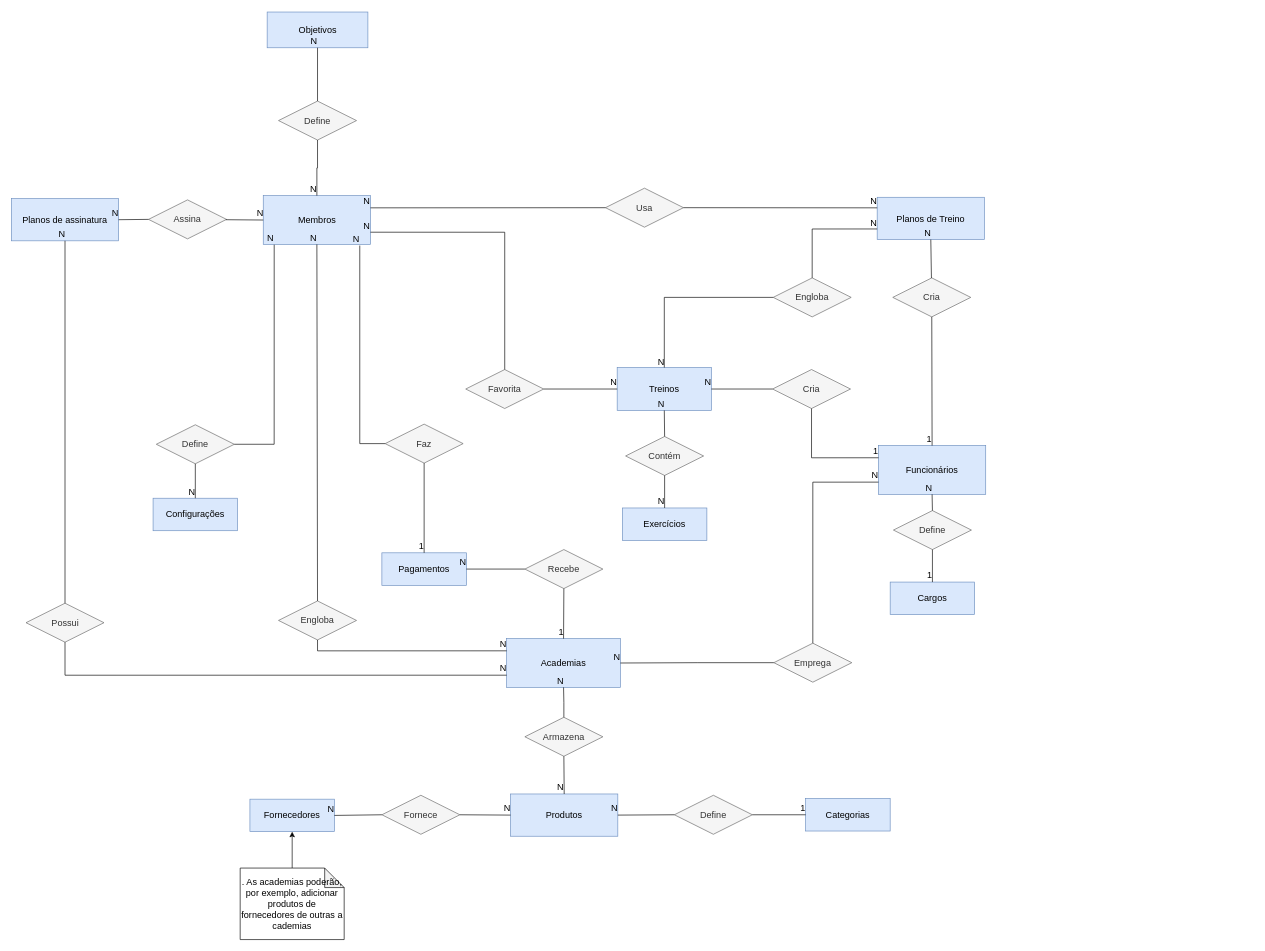
This is DER/der-draw-io.drawio from trainya-app/diagrams, a draw.io file, before an edit. Source tidied: cells renumbered, new cells numbered last; positions are measured from the earlier drawing's top-left corner, leaving out a move shared by most shapes. Both pictures are drawn from the tidied source at 65%, with x=0, y=0 at pixel (11, 12).
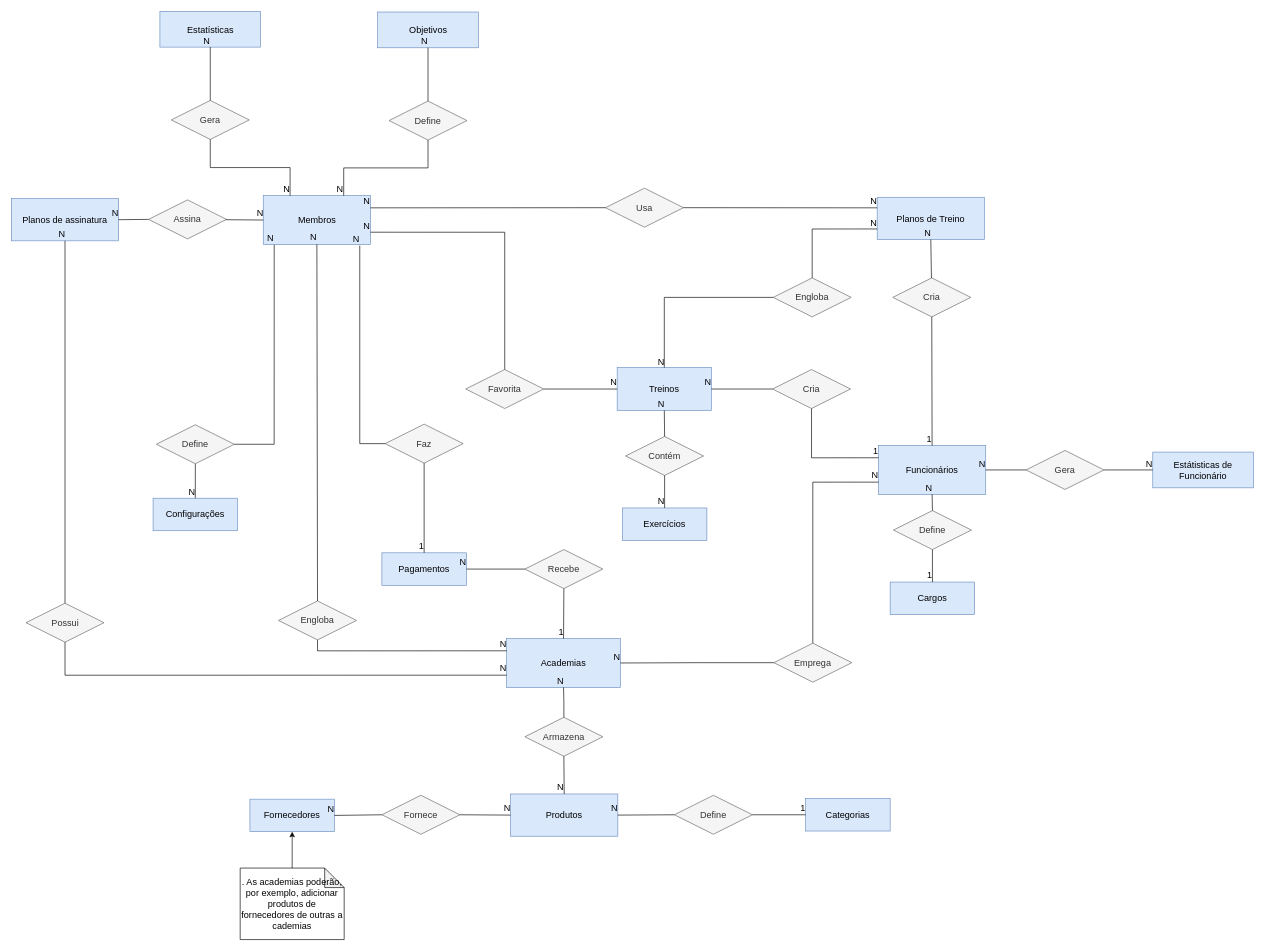
The same page after the edit.

Unchanged cells that the change refers to:
```xml
<mxCell id="2" value="Membros" style="whiteSpace=wrap;html=1;align=center;fillColor=#dae8fc;strokeColor=#6c8ebf;fontSize=14;" parent="1" vertex="1">
  <mxGeometry x="387.5" y="282.5" width="165" height="75" as="geometry" />
</mxCell>
<mxCell id="4" value="Funcionários" style="whiteSpace=wrap;html=1;align=center;fillColor=#dae8fc;strokeColor=#6c8ebf;fontSize=14;" parent="1" vertex="1">
  <mxGeometry x="1334" y="667" width="165" height="75" as="geometry" />
</mxCell>
```

The edit, as a diff of the source:
```diff
@@
     <mxCell id="100" value="Objetivos" style="whiteSpace=wrap;html=1;align=center;fillColor=#dae8fc;strokeColor=#6c8ebf;fontSize=14;" parent="1" vertex="1">
-      <mxGeometry x="393.5" width="155" height="55" as="geometry" />
+      <mxGeometry x="563.5" width="155" height="55" as="geometry" />
     </mxCell>
     <mxCell id="101" value="Define" style="shape=rhombus;perimeter=rhombusPerimeter;whiteSpace=wrap;html=1;align=center;fillColor=#f5f5f5;strokeColor=#666666;fontColor=#333333;fontSize=14;" parent="1" vertex="1">
-      <mxGeometry x="411" y="137" width="120" height="60" as="geometry" />
+      <mxGeometry x="581" y="137" width="120" height="60" as="geometry" />
     </mxCell>
@@
-    <mxCell id="104" style="endArrow=none;html=1;rounded=0;entryX=0.5;entryY=0;entryDx=0;entryDy=0;fontSize=14;exitX=0.5;exitY=1;exitDx=0;exitDy=0;edgeStyle=orthogonalEdgeStyle;" parent="1" edge="1" source="101" target="2">
+    <mxCell id="104" style="endArrow=none;html=1;rounded=0;fontSize=14;exitX=0.5;exitY=1;exitDx=0;exitDy=0;edgeStyle=orthogonalEdgeStyle;entryX=0.75;entryY=0;entryDx=0;entryDy=0;" parent="1" edge="1" source="101" target="2">
       <mxGeometry relative="1" as="geometry" />
     </mxCell>
@@
+    <mxCell id="108" value="Estatísticas" style="whiteSpace=wrap;html=1;align=center;fillColor=#dae8fc;strokeColor=#6c8ebf;fontSize=14;" parent="1" vertex="1">
+      <mxGeometry x="228.5" y="-1" width="155" height="55" as="geometry" />
+    </mxCell>
+    <mxCell id="109" value="Gera" style="shape=rhombus;perimeter=rhombusPerimeter;whiteSpace=wrap;html=1;align=center;fillColor=#f5f5f5;strokeColor=#666666;fontColor=#333333;fontSize=14;" parent="1" vertex="1">
+      <mxGeometry x="246" y="136" width="120" height="60" as="geometry" />
+    </mxCell>
+    <mxCell id="110" style="endArrow=none;html=1;rounded=0;entryX=0.5;entryY=1;entryDx=0;entryDy=0;fontSize=14;exitX=0.5;exitY=0;exitDx=0;exitDy=0;" parent="1" edge="1" source="109" target="108">
+      <mxGeometry relative="1" as="geometry" />
+    </mxCell>
+    <mxCell id="111" value="N" style="html=1;align=right;verticalAlign=bottom;fontSize=14;" parent="110" vertex="1">
+      <mxGeometry x="1" relative="1" as="geometry" />
+    </mxCell>
+    <mxCell id="112" style="endArrow=none;html=1;rounded=0;fontSize=14;exitX=0.5;exitY=1;exitDx=0;exitDy=0;edgeStyle=orthogonalEdgeStyle;entryX=0.25;entryY=0;entryDx=0;entryDy=0;" parent="1" edge="1" source="109" target="2">
+      <mxGeometry relative="1" as="geometry" />
+    </mxCell>
+    <mxCell id="113" value="N" style="html=1;align=right;verticalAlign=bottom;fontSize=14;" parent="112" vertex="1">
+      <mxGeometry x="1" relative="1" as="geometry" />
+    </mxCell>
+    <mxCell id="114" value="Estátisticas de Funcionário" style="whiteSpace=wrap;html=1;align=center;fillColor=#dae8fc;strokeColor=#6c8ebf;fontSize=14;" parent="1" vertex="1">
+      <mxGeometry x="1756" y="677" width="155" height="55" as="geometry" />
+    </mxCell>
+    <mxCell id="115" value="Gera" style="shape=rhombus;perimeter=rhombusPerimeter;whiteSpace=wrap;html=1;align=center;fillColor=#f5f5f5;strokeColor=#666666;fontColor=#333333;fontSize=14;" parent="1" vertex="1">
+      <mxGeometry x="1561" y="674.5" width="120" height="60" as="geometry" />
+    </mxCell>
+    <mxCell id="116" style="endArrow=none;html=1;rounded=0;entryX=0;entryY=0.5;entryDx=0;entryDy=0;fontSize=14;exitX=1;exitY=0.5;exitDx=0;exitDy=0;" parent="1" edge="1" source="115" target="114">
+      <mxGeometry relative="1" as="geometry" />
+    </mxCell>
+    <mxCell id="117" value="N" style="html=1;align=right;verticalAlign=bottom;fontSize=14;" parent="116" vertex="1">
+      <mxGeometry x="1" relative="1" as="geometry" />
+    </mxCell>
+    <mxCell id="118" style="endArrow=none;html=1;rounded=0;entryX=1;entryY=0.5;entryDx=0;entryDy=0;fontSize=14;" parent="1" edge="1" source="115" target="4">
+      <mxGeometry relative="1" as="geometry" />
+    </mxCell>
+    <mxCell id="119" value="N" style="html=1;align=right;verticalAlign=bottom;fontSize=14;" parent="118" vertex="1">
+      <mxGeometry x="1" relative="1" as="geometry" />
+    </mxCell>
```
